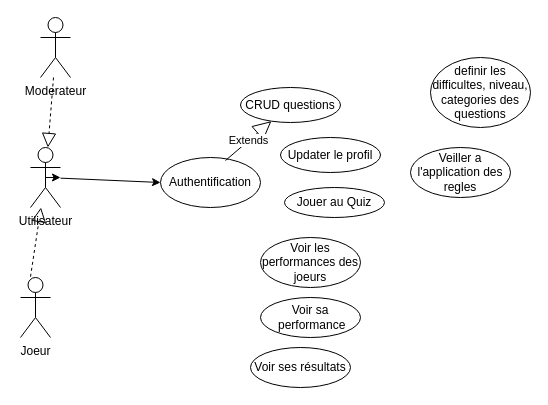
Before: Diagramme sans nom.drawio in murielleflora/test-repositoire, a draw.io diagram. Source tidied: cells renumbered, new cells numbered last; positions are measured from the earlier drawing's top-left corner, leaving out a move shared by most shapes. Both pictures are drawn from the tidied source at 100%, with x=0, y=0 at pixel (20, 17).
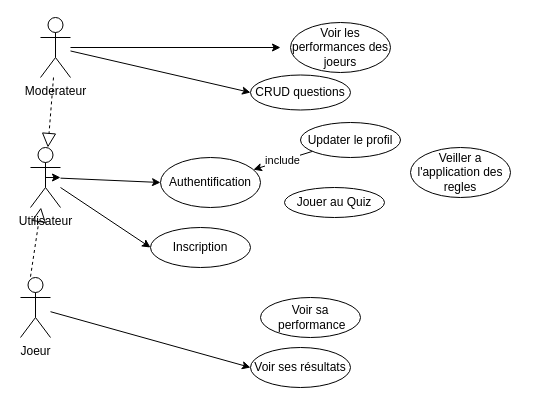
After the change.

Commit message (it also covers changes not shown here):
Mettre à jour Diagramme sans nom.drawio

The change refers to these unchanged cells:
```xml
<mxCell id="3" value="Utilisateur&lt;br&gt;" style="shape=umlActor;verticalLabelPosition=bottom;verticalAlign=top;html=1;outlineConnect=0;" parent="1" vertex="1">
  <mxGeometry x="10" y="130" width="30" height="60" as="geometry" />
</mxCell>
<mxCell id="4" value="Moderateur" style="shape=umlActor;verticalLabelPosition=bottom;verticalAlign=top;html=1;outlineConnect=0;" parent="1" vertex="1">
  <mxGeometry x="20" width="30" height="60" as="geometry" />
</mxCell>
<mxCell id="5" value="Joeur&lt;br&gt;" style="shape=umlActor;verticalLabelPosition=bottom;verticalAlign=top;html=1;outlineConnect=0;" parent="1" vertex="1">
  <mxGeometry y="260" width="30" height="60" as="geometry" />
</mxCell>
<mxCell id="6" value="Authentification&lt;br&gt;" style="ellipse;whiteSpace=wrap;html=1;" parent="1" vertex="1">
  <mxGeometry x="140" y="140" width="100" height="50" as="geometry" />
</mxCell>
<mxCell id="15" value="Voir ses résultats" style="ellipse;whiteSpace=wrap;html=1;" parent="1" vertex="1">
  <mxGeometry x="230" y="330" width="100" height="40" as="geometry" />
</mxCell>
```

Change to the diagram source:
```diff
@@
+    <mxCell id="19" style="edgeStyle=none;rounded=0;jettySize=auto;html=1;entryX=0;entryY=0.5;entryDx=0;entryDy=0;" parent="1" edge="1" source="3" target="24">
+      <mxGeometry relative="1" as="geometry" />
+    </mxCell>
@@
+    <mxCell id="20" style="edgeStyle=none;rounded=0;jettySize=auto;html=1;" parent="1" edge="1" source="4">
+      <mxGeometry relative="1" as="geometry">
+        <mxPoint x="260" y="30" as="targetPoint" />
+      </mxGeometry>
+    </mxCell>
+    <mxCell id="21" style="edgeStyle=none;rounded=0;jettySize=auto;html=1;entryX=0;entryY=0.5;entryDx=0;entryDy=0;" parent="1" edge="1" source="4" target="9">
+      <mxGeometry relative="1" as="geometry" />
+    </mxCell>
@@
+    <mxCell id="22" style="edgeStyle=none;rounded=0;jettySize=auto;html=1;entryX=0;entryY=0.5;entryDx=0;entryDy=0;" parent="1" edge="1" source="5" target="15">
+      <mxGeometry relative="1" as="geometry" />
+    </mxCell>
@@
+    <mxCell id="23" value="include" style="edgeStyle=none;rounded=0;jettySize=auto;html=1;" parent="1" edge="1" source="8" target="6">
+      <mxGeometry relative="1" as="geometry" />
+    </mxCell>
     <mxCell id="8" value="Updater le profil" style="ellipse;whiteSpace=wrap;html=1;" parent="1" vertex="1">
-      <mxGeometry x="260" y="120" width="100" height="35" as="geometry" />
+      <mxGeometry x="280" y="105" width="100" height="35" as="geometry" />
     </mxCell>
     <mxCell id="9" value="CRUD questions&lt;br&gt;" style="ellipse;whiteSpace=wrap;html=1;" parent="1" vertex="1">
-      <mxGeometry x="220" y="70" width="100" height="35" as="geometry" />
+      <mxGeometry x="230" y="57.5" width="100" height="35" as="geometry" />
     </mxCell>
-    <mxCell id="10" value="Extends" style="endArrow=block;endSize=16;endFill=0;html=1;rounded=0;exitX=0.65;exitY=0.06;exitDx=0;exitDy=0;exitPerimeter=0;" parent="1" edge="1" source="6" target="9">
-      <mxGeometry relative="1" as="geometry" />
-    </mxCell>
     <mxCell id="11" value="Voir les performances des joeurs" style="ellipse;whiteSpace=wrap;html=1;" parent="1" vertex="1">
-      <mxGeometry x="240" y="220" width="100" height="50" as="geometry" />
+      <mxGeometry x="270" y="5" width="100" height="50" as="geometry" />
     </mxCell>
@@
-    <mxCell id="13" value="definir les difficultes, niveau, categories des questions" style="ellipse;whiteSpace=wrap;html=1;" parent="1" vertex="1">
-      <mxGeometry x="410" y="40" width="100" height="70" as="geometry" />
-    </mxCell>
@@
+    <mxCell id="24" value="Inscription" style="ellipse;whiteSpace=wrap;html=1;" parent="1" vertex="1">
+      <mxGeometry x="130" y="210" width="100" height="40" as="geometry" />
+    </mxCell>
```
